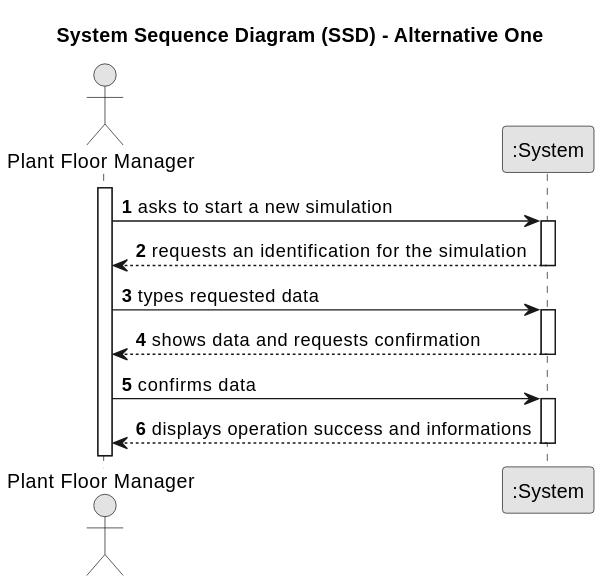
The PlantUML diagram documentation/sprint1/ESINF/usei02/01.requirements-engineering/svg/us002-system-sequence-diagram.svg in JorgeUbaldoR/sem3-25-pi-2024_25-G131, before a commit. The source it was exported from:
```plantuml
@startuml
skinparam monochrome true
skinparam packageStyle rectangle
skinparam shadowing false

title System Sequence Diagram (SSD) - Alternative One

autonumber

actor "Plant Floor Manager" as PFM
participant ":System" as System

activate PFM

    PFM -> System : asks to start a new simulation
    activate System

        System --> PFM : requests an identification for the simulation
    deactivate System

    PFM -> System : types requested data
    activate System


    System --> PFM : shows data and requests confirmation
    deactivate System

    PFM -> System : confirms data
    activate System

        System --> PFM : displays operation success and informations
    deactivate System
@enduml
```
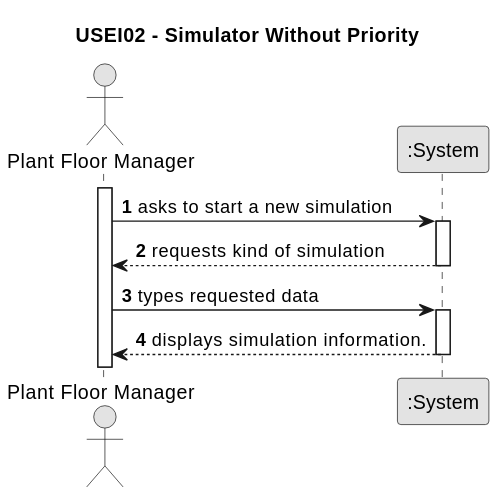
The same file after the commit.

Commit message:
USEI02 Esoft

The edit, as a diff of the source:
```diff
@@ -3,7 +3,7 @@
 skinparam packageStyle rectangle
 skinparam shadowing false
 
-title System Sequence Diagram (SSD) - Alternative One
+title USEI02 - Simulator Without Priority
 
 autonumber
 
@@ -15,19 +15,12 @@
     PFM -> System : asks to start a new simulation
     activate System
 
-        System --> PFM : requests an identification for the simulation
+    System --> PFM : requests kind of simulation
     deactivate System
 
     PFM -> System : types requested data
     activate System
 
-
-    System --> PFM : shows data and requests confirmation
-    deactivate System
-
-    PFM -> System : confirms data
-    activate System
-
-        System --> PFM : displays operation success and informations
+    System --> PFM : displays simulation information.
     deactivate System
 @enduml
```
